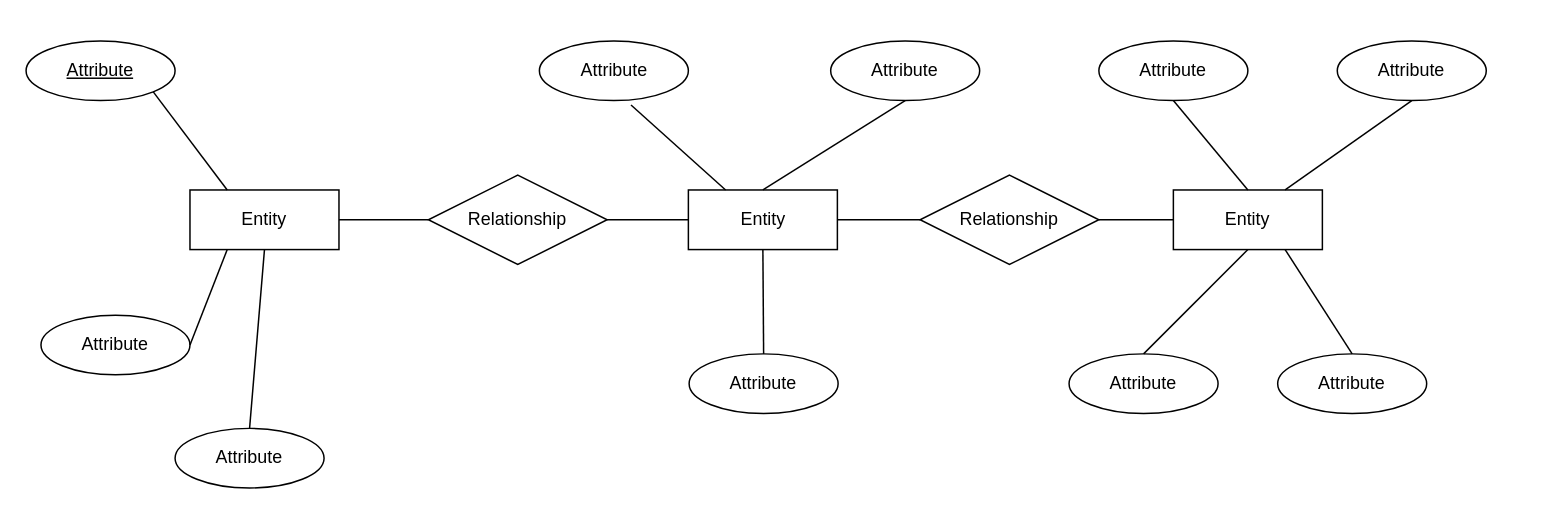
This is page "Página-1" (1 of 2) of Diagrama sem título.drawio from edson1sousa/diagramas, a draw.io file, before an edit. Source tidied: cells renumbered, new cells numbered last; positions are measured from the earlier drawing's top-left corner, leaving out a move shared by most shapes. Both pictures are drawn from the tidied source at 149%, with x=0, y=0 at pixel (25, 40).
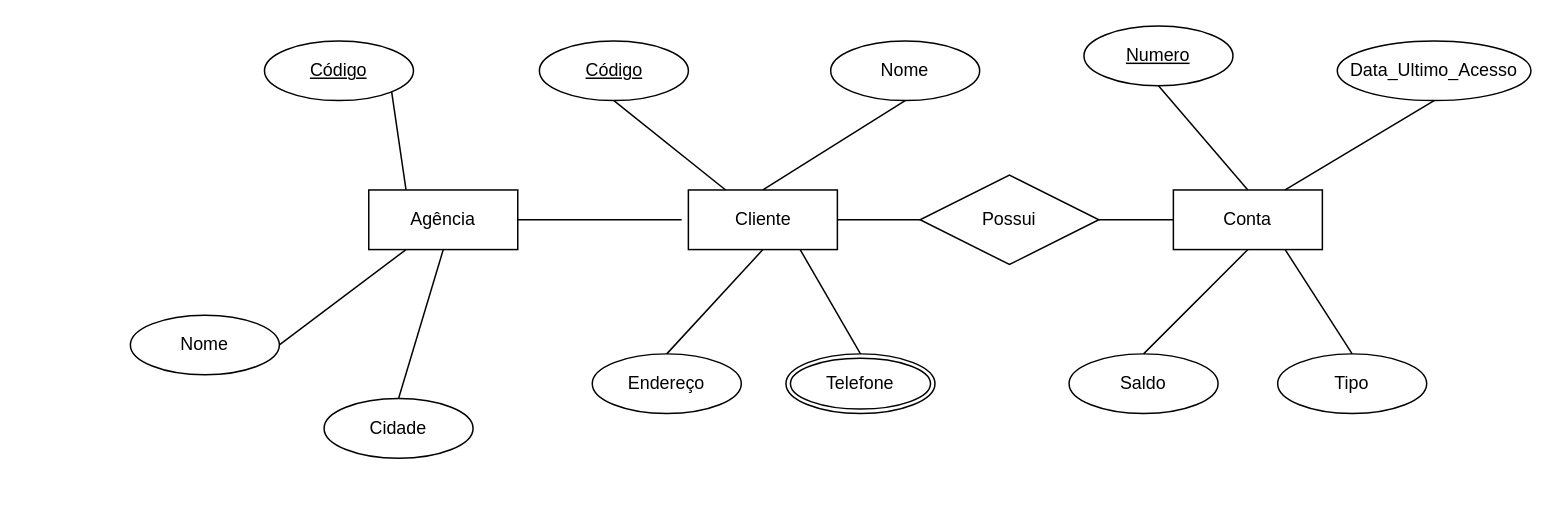
After the change.

Commit message (it also covers changes not shown here):
Unidade 2 - Tarefa 3.drawio

Diff of the diagram source:
```diff
@@
-    <mxCell id="2" value="Entity" style="whiteSpace=wrap;html=1;align=center;" parent="1" vertex="1">
-      <mxGeometry x="110" y="100" width="100" height="40" as="geometry" />
+    <mxCell id="2" value="Agência" style="whiteSpace=wrap;html=1;align=center;" parent="1" vertex="1">
+      <mxGeometry x="230" y="100" width="100" height="40" as="geometry" />
     </mxCell>
-    <mxCell id="3" value="Entity" style="whiteSpace=wrap;html=1;align=center;" parent="1" vertex="1">
+    <mxCell id="3" value="Cliente" style="whiteSpace=wrap;html=1;align=center;" parent="1" vertex="1">
       <mxGeometry x="444.5" y="100" width="100" height="40" as="geometry" />
     </mxCell>
-    <mxCell id="4" value="Entity" style="whiteSpace=wrap;html=1;align=center;" parent="1" vertex="1">
+    <mxCell id="4" value="Conta" style="whiteSpace=wrap;html=1;align=center;" parent="1" vertex="1">
       <mxGeometry x="770" y="100" width="100" height="40" as="geometry" />
     </mxCell>
-    <mxCell id="5" value="Relationship" style="shape=rhombus;perimeter=rhombusPerimeter;whiteSpace=wrap;html=1;align=center;" parent="1" vertex="1">
-      <mxGeometry x="270" y="90" width="120" height="60" as="geometry" />
-    </mxCell>
-    <mxCell id="6" value="Relationship" style="shape=rhombus;perimeter=rhombusPerimeter;whiteSpace=wrap;html=1;align=center;" parent="1" vertex="1">
+    <mxCell id="6" value="Possui" style="shape=rhombus;perimeter=rhombusPerimeter;whiteSpace=wrap;html=1;align=center;" parent="1" vertex="1">
       <mxGeometry x="600" y="90" width="120" height="60" as="geometry" />
     </mxCell>
-    <mxCell id="7" style="endArrow=none;html=1;rounded=0;exitX=1;exitY=0.5;exitDx=0;exitDy=0;entryX=0;entryY=0.5;entryDx=0;entryDy=0;" parent="1" edge="1" source="2" target="5">
-      <mxGeometry relative="1" as="geometry" />
+    <mxCell id="7" style="endArrow=none;html=1;rounded=0;exitX=1;exitY=0.5;exitDx=0;exitDy=0;" parent="1" edge="1" source="2">
+      <mxGeometry relative="1" as="geometry">
+        <mxPoint x="440" y="120" as="targetPoint" />
+      </mxGeometry>
     </mxCell>
-    <mxCell id="8" style="endArrow=none;html=1;rounded=0;exitX=1;exitY=0.5;exitDx=0;exitDy=0;entryX=0;entryY=0.5;entryDx=0;entryDy=0;" parent="1" edge="1" source="5" target="3">
-      <mxGeometry relative="1" as="geometry" />
-    </mxCell>
@@
-    <mxCell id="11" value="Attribute" style="ellipse;whiteSpace=wrap;html=1;align=center;fontStyle=4;" parent="1" vertex="1">
-      <mxGeometry width="100" height="40" as="geometry" />
+    <mxCell id="11" value="Código" style="ellipse;whiteSpace=wrap;html=1;align=center;fontStyle=4;" parent="1" vertex="1">
+      <mxGeometry x="160" width="100" height="40" as="geometry" />
     </mxCell>
-    <mxCell id="12" value="Attribute" style="ellipse;whiteSpace=wrap;html=1;align=center;" parent="1" vertex="1">
-      <mxGeometry x="100" y="260" width="100" height="40" as="geometry" />
+    <mxCell id="12" value="Cidade" style="ellipse;whiteSpace=wrap;html=1;align=center;" parent="1" vertex="1">
+      <mxGeometry x="200" y="240" width="100" height="40" as="geometry" />
     </mxCell>
-    <mxCell id="13" value="Attribute" style="ellipse;whiteSpace=wrap;html=1;align=center;" parent="1" vertex="1">
-      <mxGeometry x="10" y="184" width="100" height="40" as="geometry" />
+    <mxCell id="13" value="Nome" style="ellipse;whiteSpace=wrap;html=1;align=center;" parent="1" vertex="1">
+      <mxGeometry x="70" y="184" width="100" height="40" as="geometry" />
     </mxCell>
-    <mxCell id="14" value="Attribute" style="ellipse;whiteSpace=wrap;html=1;align=center;" parent="1" vertex="1">
-      <mxGeometry x="445" y="210" width="100" height="40" as="geometry" />
+    <mxCell id="14" value="Endereço" style="ellipse;whiteSpace=wrap;html=1;align=center;" parent="1" vertex="1">
+      <mxGeometry x="380" y="210" width="100" height="40" as="geometry" />
     </mxCell>
-    <mxCell id="15" value="Attribute" style="ellipse;whiteSpace=wrap;html=1;align=center;" parent="1" vertex="1">
+    <mxCell id="15" value="Nome" style="ellipse;whiteSpace=wrap;html=1;align=center;" parent="1" vertex="1">
       <mxGeometry x="540" width="100" height="40" as="geometry" />
     </mxCell>
-    <mxCell id="16" value="Attribute" style="ellipse;whiteSpace=wrap;html=1;align=center;" parent="1" vertex="1">
-      <mxGeometry x="344.5" width="100" height="40" as="geometry" />
-    </mxCell>
-    <mxCell id="17" value="Attribute" style="ellipse;whiteSpace=wrap;html=1;align=center;" parent="1" vertex="1">
-      <mxGeometry x="880" width="100" height="40" as="geometry" />
+    <mxCell id="17" value="Data_Ultimo_Acesso" style="ellipse;whiteSpace=wrap;html=1;align=center;" parent="1" vertex="1">
+      <mxGeometry x="880" width="130" height="40" as="geometry" />
     </mxCell>
-    <mxCell id="18" value="Attribute" style="ellipse;whiteSpace=wrap;html=1;align=center;" parent="1" vertex="1">
-      <mxGeometry x="720" width="100" height="40" as="geometry" />
-    </mxCell>
-    <mxCell id="19" value="Attribute" style="ellipse;whiteSpace=wrap;html=1;align=center;" parent="1" vertex="1">
+    <mxCell id="19" value="Tipo" style="ellipse;whiteSpace=wrap;html=1;align=center;" parent="1" vertex="1">
       <mxGeometry x="840" y="210" width="100" height="40" as="geometry" />
     </mxCell>
-    <mxCell id="20" value="Attribute" style="ellipse;whiteSpace=wrap;html=1;align=center;" parent="1" vertex="1">
+    <mxCell id="20" value="Saldo" style="ellipse;whiteSpace=wrap;html=1;align=center;" parent="1" vertex="1">
       <mxGeometry x="700" y="210" width="100" height="40" as="geometry" />
     </mxCell>
@@
-    <mxCell id="25" style="endArrow=none;html=1;rounded=0;entryX=0.5;entryY=1;entryDx=0;entryDy=0;exitX=0.5;exitY=0;exitDx=0;exitDy=0;" parent="1" edge="1" source="4" target="18">
+    <mxCell id="25" style="endArrow=none;html=1;rounded=0;entryX=0.5;entryY=1;entryDx=0;entryDy=0;exitX=0.5;exitY=0;exitDx=0;exitDy=0;" parent="1" edge="1" source="4" target="34">
       <mxGeometry relative="1" as="geometry" />
     </mxCell>
@@
-    <mxCell id="28" style="endArrow=none;html=1;rounded=0;exitX=0.615;exitY=1.075;exitDx=0;exitDy=0;exitPerimeter=0;entryX=0.25;entryY=0;entryDx=0;entryDy=0;" parent="1" edge="1" source="16" target="3">
+    <mxCell id="28" style="endArrow=none;html=1;rounded=0;exitX=0.5;exitY=1;exitDx=0;exitDy=0;entryX=0.25;entryY=0;entryDx=0;entryDy=0;" parent="1" edge="1" source="33" target="3">
       <mxGeometry relative="1" as="geometry" />
     </mxCell>
@@
+    <mxCell id="31" value="Telefone" style="ellipse;shape=doubleEllipse;margin=3;whiteSpace=wrap;html=1;align=center;" parent="1" vertex="1">
+      <mxGeometry x="510" y="210" width="100" height="40" as="geometry" />
+    </mxCell>
+    <mxCell id="32" style="endArrow=none;html=1;rounded=0;exitX=0.75;exitY=1;exitDx=0;exitDy=0;entryX=0.5;entryY=0;entryDx=0;entryDy=0;" parent="1" edge="1" source="3" target="31">
+      <mxGeometry relative="1" as="geometry" />
+    </mxCell>
+    <mxCell id="33" value="Código" style="ellipse;whiteSpace=wrap;html=1;align=center;fontStyle=4;" parent="1" vertex="1">
+      <mxGeometry x="344.5" width="100" height="40" as="geometry" />
+    </mxCell>
+    <mxCell id="34" value="Numero" style="ellipse;whiteSpace=wrap;html=1;align=center;fontStyle=4;" parent="1" vertex="1">
+      <mxGeometry x="710" y="-10" width="100" height="40" as="geometry" />
+    </mxCell>
```
